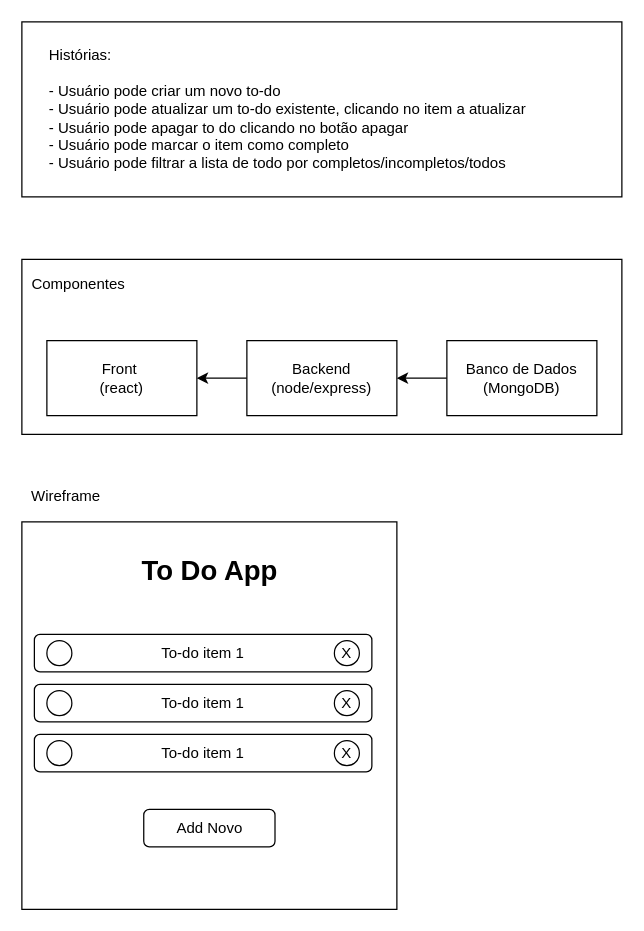
The draw.io diagram to-do-app.drawio in felipegust/to-do-app, before the edit. Source tidied: cells renumbered, new cells numbered last; positions are measured from the earlier drawing's top-left corner, leaving out a move shared by most shapes. Both pictures are drawn from the tidied source at 125%, with x=0, y=0 at pixel (21, 21).
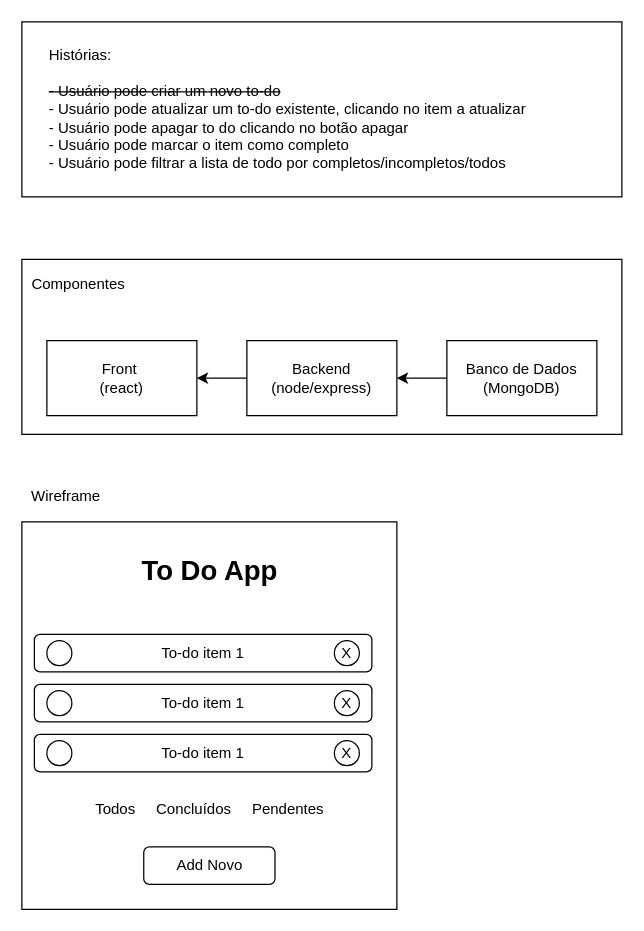
The same diagram, later.

Diff of the diagram source:
```diff
@@
-    <mxCell id="9" value="Histórias:&lt;br&gt;&lt;br&gt;- Usuário pode criar um novo to-do&lt;br&gt;- Usuário pode atualizar um to-do existente, clicando no item a atualizar&lt;br&gt;- Usuário pode apagar to do clicando no botão apagar&lt;br&gt;- Usuário pode marcar o item como completo&lt;br&gt;- Usuário pode filtrar a lista de todo por completos/incompletos/todos" style="text;html=1;align=left;verticalAlign=middle;strokeColor=none;labelBackgroundColor=#ffffff;" parent="1" vertex="1">
+    <mxCell id="9" value="Histórias:&lt;br&gt;&lt;br&gt;&lt;strike&gt;- Usuário pode criar um novo to-do&lt;br&gt;&lt;/strike&gt;- Usuário pode atualizar um to-do existente, clicando no item a atualizar&lt;br&gt;- Usuário pode apagar to do clicando no botão apagar&lt;br&gt;- Usuário pode marcar o item como completo&lt;br&gt;- Usuário pode filtrar a lista de todo por completos/incompletos/todos" style="text;html=1;align=left;verticalAlign=middle;strokeColor=none;labelBackgroundColor=#ffffff;" parent="1" vertex="1">
       <mxGeometry x="20" y="20" width="400" height="100" as="geometry" />
     </mxCell>
@@
     <mxCell id="25" value="Add Novo" style="rounded=1;whiteSpace=wrap;html=1;labelBackgroundColor=#ffffff;fontSize=12;align=center;" parent="1" vertex="1">
-      <mxGeometry x="97.5" y="630" width="105" height="30" as="geometry" />
+      <mxGeometry x="97.5" y="660" width="105" height="30" as="geometry" />
     </mxCell>
@@
+    <mxCell id="27" value="Todos&amp;nbsp; &amp;nbsp; &amp;nbsp;Concluídos&amp;nbsp; &amp;nbsp; &amp;nbsp;Pendentes" style="text;html=1;align=center;verticalAlign=middle;strokeColor=none;" parent="1" vertex="1">
+      <mxGeometry x="50" y="620" width="200" height="20" as="geometry" />
+    </mxCell>
```
